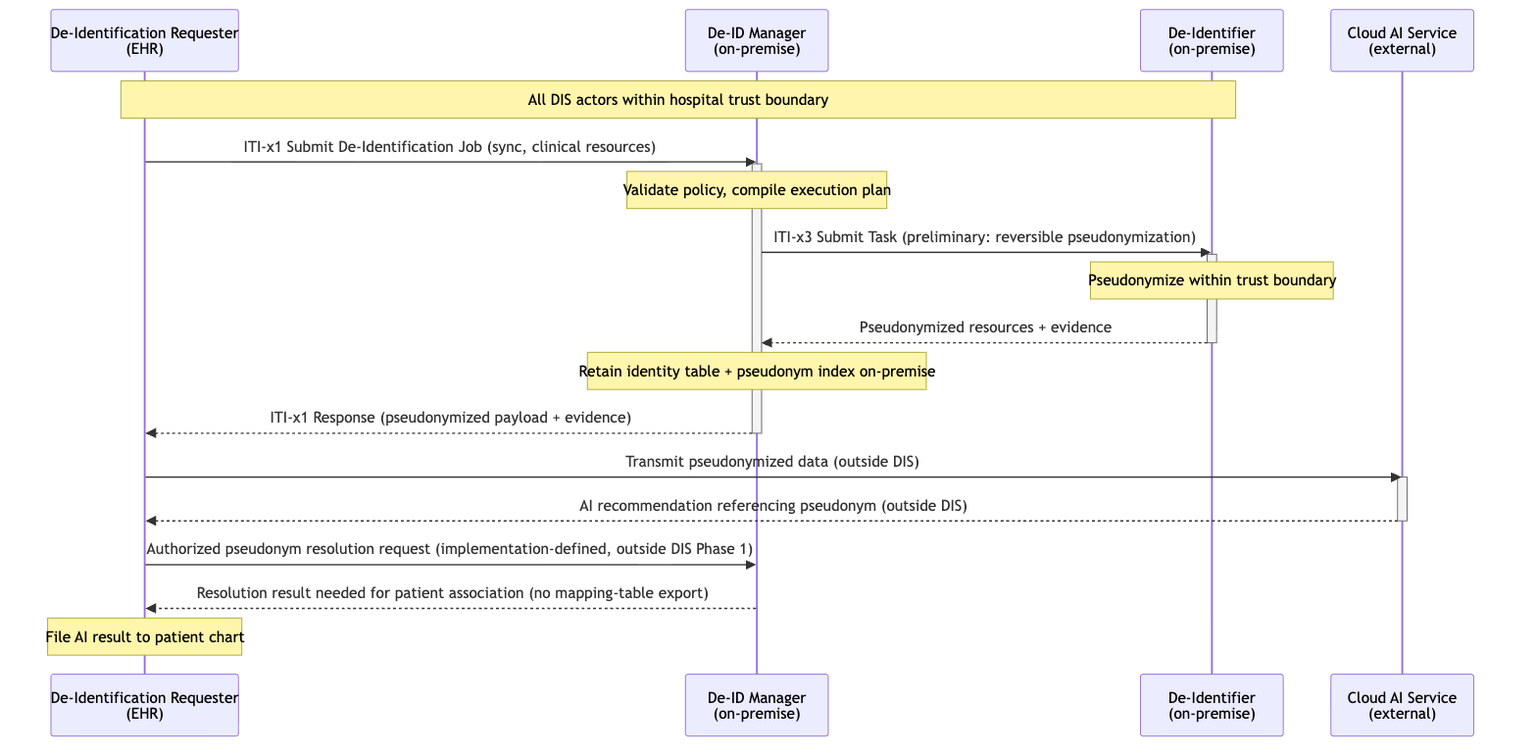
Earlier version of the Mermaid export input/images/dis-uc4-cloud-decision-support.png (IHE/ITI.DIS). Its source is kept beside it as input/images-source/dis-uc4-cloud-decision-support.mmd. The source it was exported from:
```mermaid
sequenceDiagram
    participant EHR as De-Identification Requester<br/>(EHR)
    participant MGR as De-ID Manager<br/>(on-premise)
    participant DI as De-Identifier<br/>(on-premise)
    participant AI as Cloud AI Service<br/>(external)

    Note over EHR,DI: All DIS actors within hospital trust boundary

    EHR->>MGR: ITI-x1 Submit De-Identification Job (sync, clinical resources)
    activate MGR
    Note over MGR: Validate policy, compile execution plan

    MGR->>DI: ITI-x3 Submit Task (preliminary: reversible pseudonymization)
    activate DI
    Note over DI: Pseudonymize within trust boundary
    DI-->>MGR: Pseudonymized resources + evidence
    deactivate DI

    Note over MGR: Retain identity table + pseudonym index on-premise
    MGR-->>EHR: ITI-x1 Response (pseudonymized payload + evidence)
    deactivate MGR

    EHR->>AI: Transmit pseudonymized data (outside DIS)
    activate AI
    AI-->>EHR: AI recommendation referencing pseudonym (outside DIS)
    deactivate AI

    EHR->>MGR: Authorized pseudonym resolution request (implementation-defined, outside DIS Phase 1)
    MGR-->>EHR: Resolution result needed for patient association (no mapping-table export)
    Note over EHR: File AI result to patient chart
```
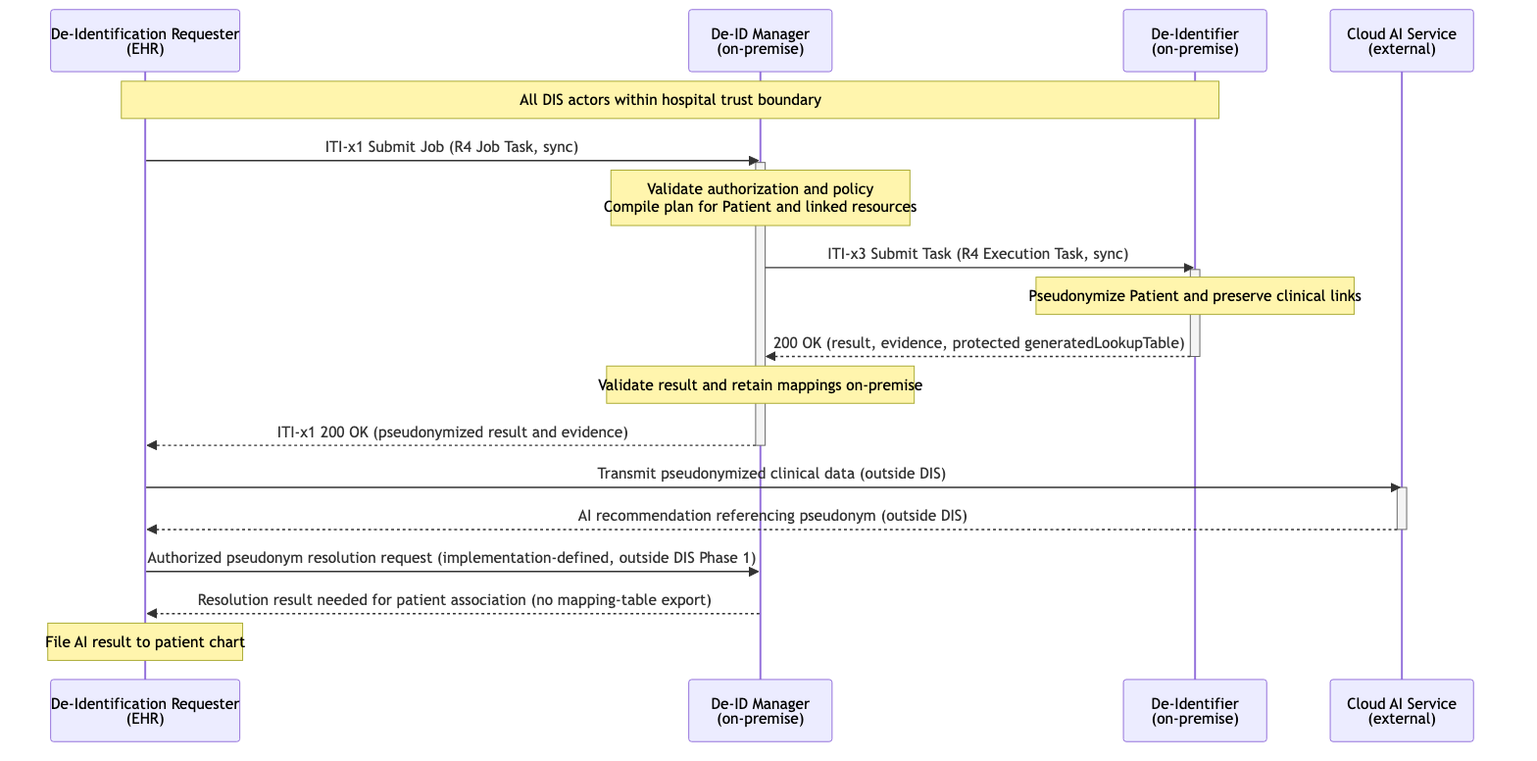
The same diagram one commit later.

Diff of the diagram source:
```diff
@@ -6,21 +6,21 @@
 
     Note over EHR,DI: All DIS actors within hospital trust boundary
 
-    EHR->>MGR: ITI-x1 Submit De-Identification Job (sync, clinical resources)
+    EHR->>MGR: ITI-x1 Submit Job (R4 Job Task, sync)
     activate MGR
-    Note over MGR: Validate policy, compile execution plan
+    Note over MGR: Validate authorization and policy<br/>Compile plan for Patient and linked resources
 
-    MGR->>DI: ITI-x3 Submit Task (preliminary: reversible pseudonymization)
+    MGR->>DI: ITI-x3 Submit Task (R4 Execution Task, sync)
     activate DI
-    Note over DI: Pseudonymize within trust boundary
-    DI-->>MGR: Pseudonymized resources + evidence
+    Note over DI: Pseudonymize Patient and preserve clinical links
+    DI-->>MGR: 200 OK (result, evidence, protected generatedLookupTable)
     deactivate DI
 
-    Note over MGR: Retain identity table + pseudonym index on-premise
-    MGR-->>EHR: ITI-x1 Response (pseudonymized payload + evidence)
+    Note over MGR: Validate result and retain mappings on-premise
+    MGR-->>EHR: ITI-x1 200 OK (pseudonymized result and evidence)
     deactivate MGR
 
-    EHR->>AI: Transmit pseudonymized data (outside DIS)
+    EHR->>AI: Transmit pseudonymized clinical data (outside DIS)
     activate AI
     AI-->>EHR: AI recommendation referencing pseudonym (outside DIS)
     deactivate AI
```
